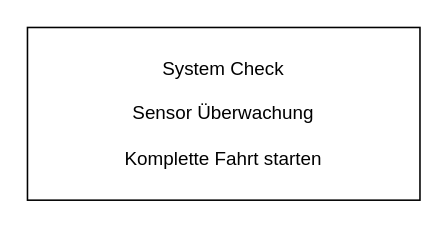
Above: page "Aktivitätsdiagramme" (2 of 5) of auto_system.drawio in AdamSatzkeHSE/UML_Grundkurs_SANDATA (draw.io), before the change. Source tidied: cells renumbered, new cells numbered last; positions are measured from the earlier drawing's top-left corner, leaving out a move shared by most shapes. Both pictures are drawn from the tidied source at 157%, with x=0, y=0 at pixel (27, 27).
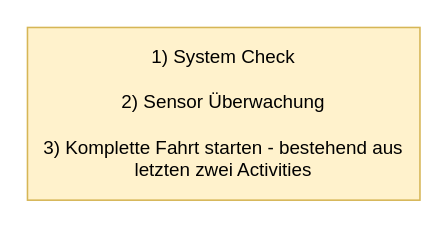
The same page after the edit.

Change to the diagram source:
```diff
@@
 <mxGraphModel>
   <root>
     <mxCell id="0" />
     <mxCell id="1" parent="0" />
-    <mxCell id="2" value="System Check&lt;div&gt;&lt;br&gt;&lt;/div&gt;&lt;div&gt;Sensor Überwachung&lt;/div&gt;&lt;div&gt;&lt;br&gt;&lt;/div&gt;&lt;div&gt;Komplette Fahrt starten&lt;/div&gt;" style="whiteSpace=wrap;html=1;" parent="1" vertex="1">
+    <mxCell id="2" value="1) System Check&lt;div&gt;&lt;br&gt;&lt;/div&gt;&lt;div&gt;2) Sensor Überwachung&lt;/div&gt;&lt;div&gt;&lt;br&gt;&lt;/div&gt;&lt;div&gt;3) Komplette Fahrt starten - bestehend aus letzten zwei Activities&lt;/div&gt;" style="whiteSpace=wrap;html=1;fillColor=#fff2cc;strokeColor=#d6b656;" parent="1" vertex="1">
       <mxGeometry width="250" height="110" as="geometry" />
     </mxCell>
   </root>
 </mxGraphModel>
```
